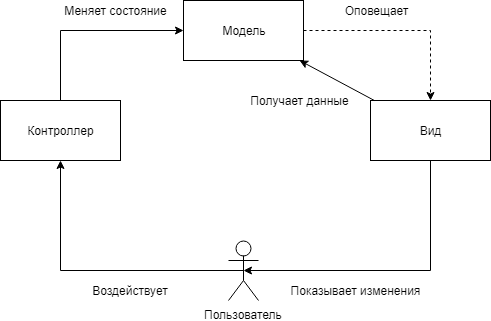
Above: src/assets/interaction.png in ramai1990/rangeSlider (draw.io), before the change. Source tidied: cells renumbered, new cells last; positions are measured from the earlier drawing's top-left corner, leaving out a move shared by most shapes.
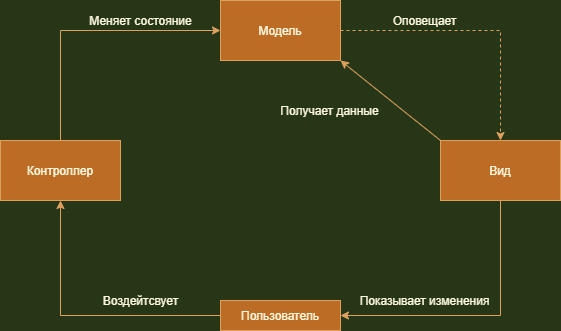
After the commit.

Commit message:
Взаимодействие слоев

Change to the diagram source:
```diff
@@ -1,56 +1,51 @@
-<mxGraphModel>
+<mxGraphModel background="#283618">
   <root>
     <mxCell id="0" />
     <mxCell id="1" parent="0" />
-    <mxCell id="2" style="edgeStyle=orthogonalEdgeStyle;rounded=0;jettySize=auto;html=1;entryX=0.5;entryY=0;entryDx=0;entryDy=0;dashed=1;" parent="1" edge="1" source="3" target="5">
+    <mxCell id="2" style="edgeStyle=orthogonalEdgeStyle;rounded=0;jettySize=auto;html=1;exitX=1;exitY=0.5;exitDx=0;exitDy=0;dashed=1;entryX=0.5;entryY=0;entryDx=0;entryDy=0;strokeColor=#DDA15E;fontColor=#FEFAE0;labelBackgroundColor=#283618;" parent="1" edge="1" source="3" target="5">
       <mxGeometry relative="1" as="geometry" />
     </mxCell>
-    <mxCell id="3" value="Модель" style="rounded=0;whiteSpace=wrap;html=1;" parent="1" vertex="1">
-      <mxGeometry x="183" width="120" height="60" as="geometry" />
+    <mxCell id="3" value="Модель" style="rounded=0;whiteSpace=wrap;html=1;fillColor=#BC6C25;strokeColor=#DDA15E;fontColor=#FEFAE0;" parent="1" vertex="1">
+      <mxGeometry x="190" y="40" width="120" height="60" as="geometry" />
     </mxCell>
-    <mxCell id="4" style="edgeStyle=orthogonalEdgeStyle;rounded=0;jettySize=auto;html=1;entryX=0.5;entryY=0.5;entryDx=0;entryDy=0;entryPerimeter=0;" parent="1" edge="1" source="5" target="9">
-      <mxGeometry relative="1" as="geometry">
-        <Array as="points">
-          <mxPoint x="430" y="270" />
-        </Array>
-      </mxGeometry>
+    <mxCell id="4" style="edgeStyle=orthogonalEdgeStyle;rounded=0;jettySize=auto;html=1;exitX=0.5;exitY=1;exitDx=0;exitDy=0;entryX=1;entryY=0.5;entryDx=0;entryDy=0;strokeColor=#DDA15E;fontColor=#FEFAE0;labelBackgroundColor=#283618;" parent="1" edge="1" source="5" target="9">
+      <mxGeometry relative="1" as="geometry" />
     </mxCell>
-    <mxCell id="5" value="Вид" style="rounded=0;whiteSpace=wrap;html=1;" parent="1" vertex="1">
-      <mxGeometry x="370" y="100" width="120" height="60" as="geometry" />
+    <mxCell id="5" value="Вид" style="rounded=0;whiteSpace=wrap;html=1;fillColor=#BC6C25;strokeColor=#DDA15E;fontColor=#FEFAE0;" parent="1" vertex="1">
+      <mxGeometry x="410" y="180" width="120" height="60" as="geometry" />
     </mxCell>
-    <mxCell id="6" style="edgeStyle=orthogonalEdgeStyle;rounded=0;jettySize=auto;html=1;entryX=0;entryY=0.5;entryDx=0;entryDy=0;" parent="1" edge="1" source="7" target="3">
-      <mxGeometry relative="1" as="geometry">
-        <Array as="points">
-          <mxPoint x="60" y="30" />
-        </Array>
-      </mxGeometry>
+    <mxCell id="6" style="edgeStyle=orthogonalEdgeStyle;rounded=0;jettySize=auto;html=1;exitX=0.5;exitY=0;exitDx=0;exitDy=0;entryX=0;entryY=0.5;entryDx=0;entryDy=0;strokeColor=#DDA15E;fontColor=#FEFAE0;labelBackgroundColor=#283618;" parent="1" edge="1" source="7" target="3">
+      <mxGeometry relative="1" as="geometry" />
     </mxCell>
-    <mxCell id="7" value="Контроллер" style="rounded=0;whiteSpace=wrap;html=1;" parent="1" vertex="1">
-      <mxGeometry y="100" width="120" height="60" as="geometry" />
+    <mxCell id="7" value="Контроллер" style="rounded=0;whiteSpace=wrap;html=1;fillColor=#BC6C25;strokeColor=#DDA15E;fontColor=#FEFAE0;" parent="1" vertex="1">
+      <mxGeometry x="-30" y="180" width="120" height="60" as="geometry" />
     </mxCell>
-    <mxCell id="8" style="edgeStyle=orthogonalEdgeStyle;rounded=0;jettySize=auto;html=1;exitX=0.5;exitY=0.5;exitDx=0;exitDy=0;exitPerimeter=0;entryX=0.5;entryY=1;entryDx=0;entryDy=0;" parent="1" edge="1" source="9" target="7">
+    <mxCell id="8" style="edgeStyle=orthogonalEdgeStyle;rounded=0;jettySize=auto;html=1;exitX=0;exitY=0.5;exitDx=0;exitDy=0;entryX=0.5;entryY=1;entryDx=0;entryDy=0;strokeColor=#DDA15E;fontColor=#FEFAE0;labelBackgroundColor=#283618;" parent="1" edge="1" source="9" target="7">
       <mxGeometry relative="1" as="geometry" />
     </mxCell>
-    <mxCell id="9" value="Пользователь" style="shape=umlActor;verticalLabelPosition=bottom;labelBackgroundColor=#ffffff;verticalAlign=top;html=1;outlineConnect=0;" parent="1" vertex="1">
-      <mxGeometry x="228" y="240" width="30" height="60" as="geometry" />
+    <mxCell id="9" value="Пользователь" style="whiteSpace=wrap;html=1;fillColor=#BC6C25;strokeColor=#DDA15E;fontColor=#FEFAE0;" parent="1" vertex="1">
+      <mxGeometry x="190" y="340" width="120" height="30" as="geometry" />
     </mxCell>
-    <mxCell id="10" value="Воздействует" style="text;html=1;strokeColor=none;fillColor=none;align=center;verticalAlign=middle;whiteSpace=wrap;rounded=0;" parent="1" vertex="1">
-      <mxGeometry x="110" y="280" width="40" height="20" as="geometry" />
-    </mxCell>
-    <mxCell id="11" value="Меняет состояние" style="text;html=1;strokeColor=none;fillColor=none;align=center;verticalAlign=middle;whiteSpace=wrap;rounded=0;" parent="1" vertex="1">
-      <mxGeometry x="60" width="110" height="20" as="geometry" />
-    </mxCell>
-    <mxCell id="12" value="Оповещает" style="text;html=1;strokeColor=none;fillColor=none;align=center;verticalAlign=middle;whiteSpace=wrap;rounded=0;" parent="1" vertex="1">
-      <mxGeometry x="340" width="70" height="20" as="geometry" />
-    </mxCell>
-    <mxCell id="13" style="endArrow=classic;html=1;" parent="1" edge="1" source="5" target="3">
+    <mxCell id="13" style="endArrow=classic;html=1;exitX=0;exitY=0;exitDx=0;exitDy=0;entryX=1;entryY=1;entryDx=0;entryDy=0;strokeColor=#DDA15E;fontColor=#FEFAE0;labelBackgroundColor=#283618;" parent="1" edge="1" source="5" target="3">
       <mxGeometry relative="1" as="geometry" />
     </mxCell>
-    <mxCell id="14" value="Получает данные" style="text;html=1;strokeColor=none;fillColor=none;align=center;verticalAlign=middle;whiteSpace=wrap;rounded=0;" parent="1" vertex="1">
-      <mxGeometry x="243" y="90" width="112" height="20" as="geometry" />
+    <mxCell id="14" value="Получает данные" style="text;html=1;align=center;verticalAlign=middle;strokeColor=none;fontColor=#FEFAE0;" parent="1" vertex="1">
+      <mxGeometry x="244" y="140" width="110" height="20" as="geometry" />
     </mxCell>
+    <mxCell id="16" style="edgeStyle=orthogonalEdgeStyle;rounded=0;orthogonalLoop=1;jettySize=auto;html=1;exitX=0.5;exitY=0;exitDx=0;exitDy=0;entryX=0.5;entryY=0;entryDx=0;entryDy=0;strokeColor=#DDA15E;fontColor=#FEFAE0;labelBackgroundColor=#283618;" parent="1" edge="1" source="5" target="5">
+      <mxGeometry relative="1" as="geometry" />
+    </mxCell>
+    <mxCell id="12" value="Оповещает" style="text;html=1;align=center;verticalAlign=middle;strokeColor=none;fontColor=#FEFAE0;" parent="1" vertex="1">
+      <mxGeometry x="354" y="50" width="80" height="20" as="geometry" />
+    </mxCell>
+    <mxCell id="11" value="Меняет состояние" style="text;html=1;align=center;verticalAlign=middle;strokeColor=none;fontColor=#FEFAE0;" parent="1" vertex="1">
+      <mxGeometry x="50" y="50" width="120" height="20" as="geometry" />
+    </mxCell>
+    <mxCell id="17" value="Воздейтсвует" style="text;html=1;align=center;verticalAlign=middle;strokeColor=none;fontColor=#FEFAE0;" parent="1" vertex="1">
+      <mxGeometry x="65" y="330" width="90" height="20" as="geometry" />
+    </mxCell>
-    <mxCell id="15" value="Показывает изменения" style="text;html=1;strokeColor=none;fillColor=none;align=center;verticalAlign=middle;whiteSpace=wrap;rounded=0;" parent="1" vertex="1">
-      <mxGeometry x="285" y="280" width="140" height="20" as="geometry" />
+    <mxCell id="15" value="Показывает изменения" style="text;html=1;align=center;verticalAlign=middle;strokeColor=none;fontColor=#FEFAE0;" parent="1" vertex="1">
+      <mxGeometry x="319" y="330" width="150" height="20" as="geometry" />
     </mxCell>
   </root>
 </mxGraphModel>
```
